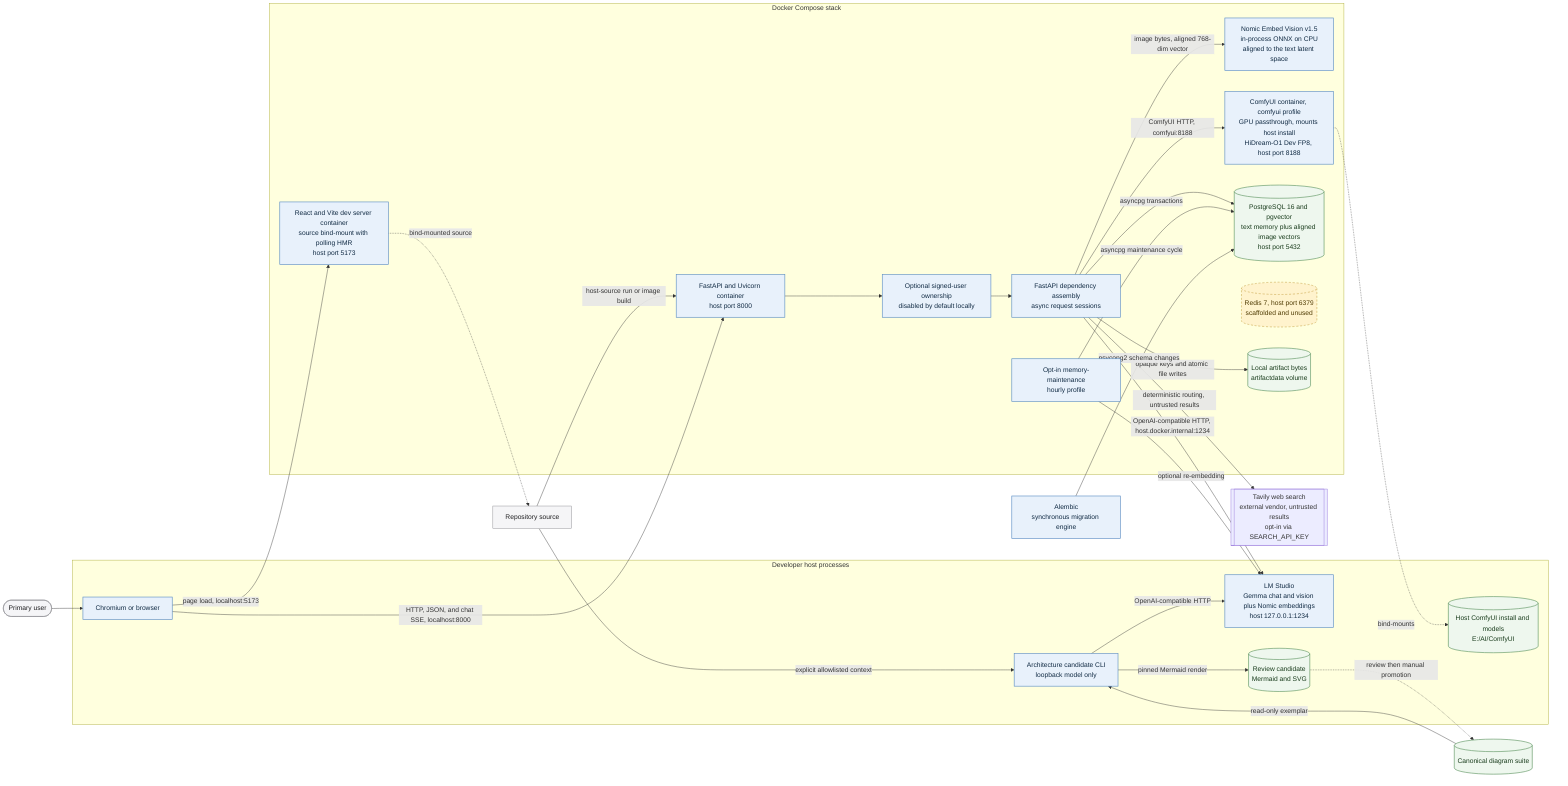
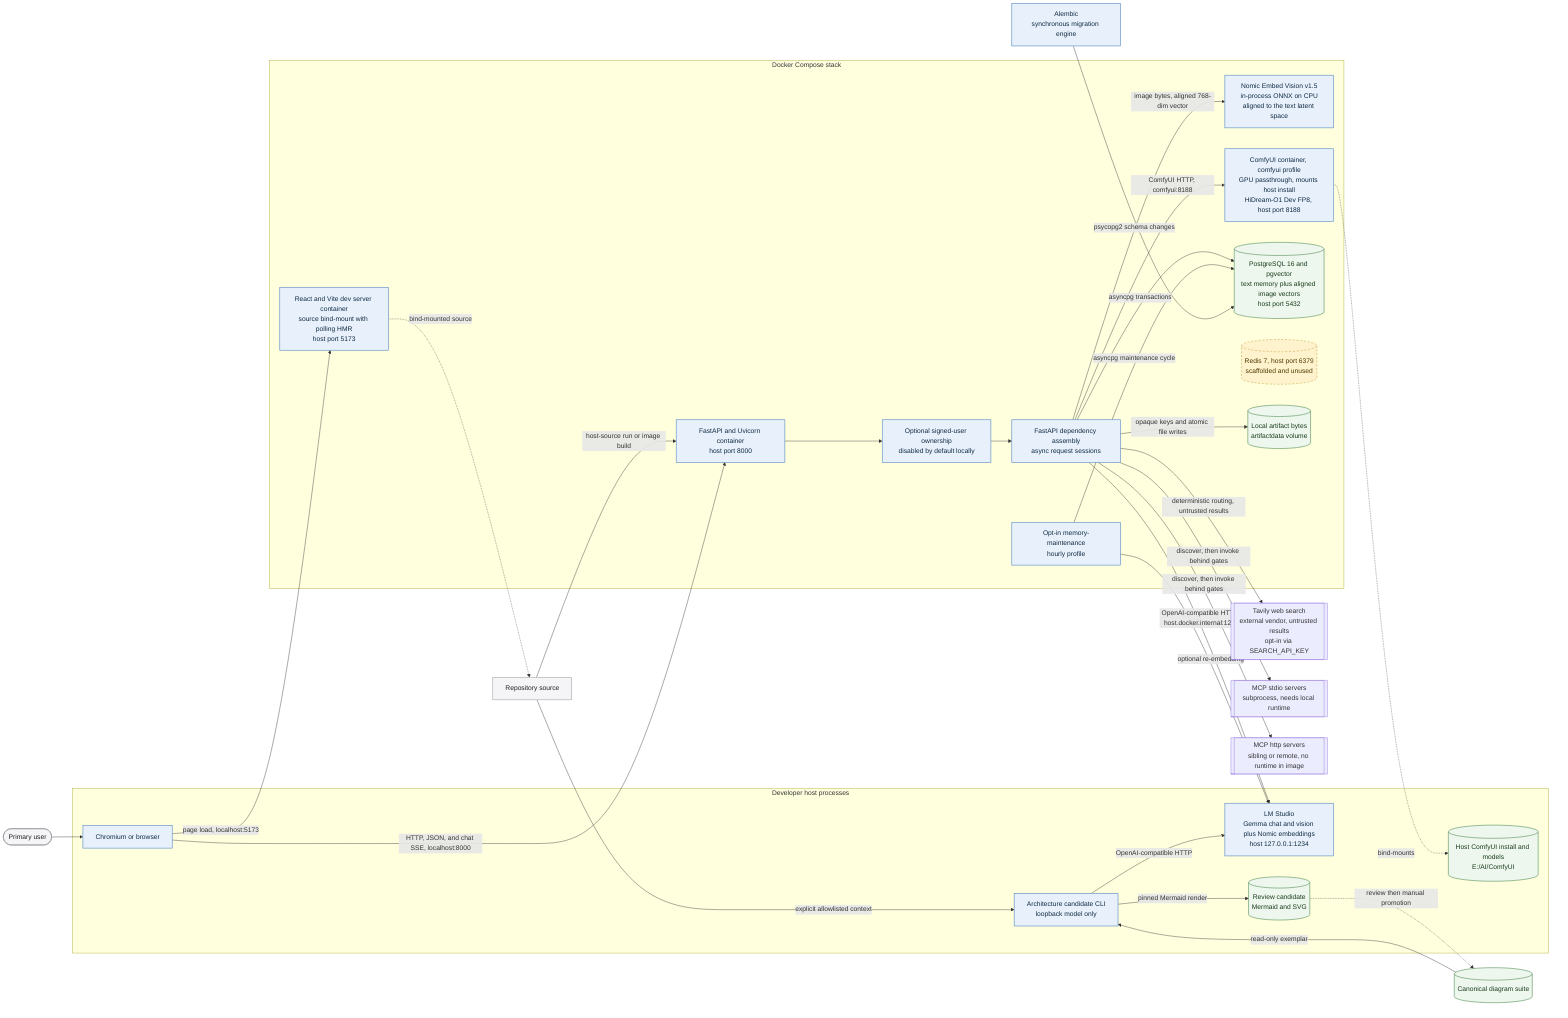
flowchart LR
    User([Primary user])

    subgraph Host[Developer host processes]
        Browser[Chromium or browser]
        LMStudio[LM Studio<br/>Gemma chat and vision plus Nomic embeddings<br/>host 127.0.0.1:1234]
        DiagramCLI[Architecture candidate CLI<br/>loopback model only]
        Candidate[(Review candidate<br/>Mermaid and SVG)]
        ComfyInstall[(Host ComfyUI install and models<br/>E:/AI/ComfyUI)]
    end

    subgraph Compose[Docker Compose stack]
        Frontend[React and Vite dev server container<br/>source bind-mount with polling HMR<br/>host port 5173]
        Backend[FastAPI and Uvicorn container<br/>host port 8000]
        VisionEmbed[Nomic Embed Vision v1.5<br/>in-process ONNX on CPU<br/>aligned to the text latent space]
        Dependencies[FastAPI dependency assembly<br/>async request sessions]
        Auth[Optional signed-user ownership<br/>disabled by default locally]
        ComfyUI[ComfyUI container, comfyui profile<br/>GPU passthrough, mounts host install<br/>HiDream-O1 Dev FP8, host port 8188]
        Postgres[(PostgreSQL 16 and pgvector<br/>text memory plus aligned image vectors<br/>host port 5432)]
        Redis[(Redis 7, host port 6379<br/>scaffolded and unused)]
        Maintenance[Opt-in memory-maintenance<br/>hourly profile]
        BinaryStore[(Local artifact bytes<br/>artifactdata volume)]
    end

    WebSearch[[Tavily web search<br/>external vendor, untrusted results<br/>opt-in via SEARCH_API_KEY]]
+     MCPStdio[[MCP stdio servers<br/>subprocess, needs local runtime]]
+     MCPHttp[[MCP http servers<br/>sibling or remote, no runtime in image]]
    Source[Repository source]
    Canonical[(Canonical diagram suite)]
    Migration[Alembic<br/>synchronous migration engine]

    User --> Browser
    Browser -->|page load, localhost:5173| Frontend
    Browser -->|HTTP, JSON, and chat SSE, localhost:8000| Backend
    Frontend -. bind-mounted source .-> Source
    Backend --> Auth
    Auth --> Dependencies
    Dependencies -->|asyncpg transactions| Postgres
    Dependencies -->|image bytes, aligned 768-dim vector| VisionEmbed
    Dependencies -->|deterministic routing, untrusted results| WebSearch
+     Dependencies -->|discover, then invoke behind gates| MCPStdio
+     Dependencies -->|discover, then invoke behind gates| MCPHttp
    Dependencies -->|OpenAI-compatible HTTP, host.docker.internal:1234| LMStudio
    Dependencies -->|ComfyUI HTTP, comfyui:8188| ComfyUI
    Dependencies -->|opaque keys and atomic file writes| BinaryStore
    ComfyUI -. bind-mounts .-> ComfyInstall
    Maintenance -->|asyncpg maintenance cycle| Postgres
    Maintenance -->|optional re-embedding| LMStudio
    Migration -->|psycopg2 schema changes| Postgres
    Source -->|host-source run or image build| Backend
    Source -->|explicit allowlisted context| DiagramCLI
    Canonical -->|read-only exemplar| DiagramCLI
    DiagramCLI -->|OpenAI-compatible HTTP| LMStudio
    DiagramCLI -->|pinned Mermaid render| Candidate
    Candidate -.->|review then manual promotion| Canonical

    classDef user fill:#f5f5f7,stroke:#86868b,color:#1d1d1f;
    classDef process fill:#e8f1fb,stroke:#5e8fc4,color:#102a43,stroke-width:1.5px;
    classDef data fill:#eef7ee,stroke:#5f9562,color:#183b1b,stroke-width:1.5px;
    classDef scaffold fill:#fff3cd,stroke:#b78b20,color:#4d3900,stroke-dasharray:5 4;
    class User,Source user;
    class Browser,Frontend,LMStudio,ComfyUI,Backend,Dependencies,Auth,Maintenance,Migration,DiagramCLI,VisionEmbed process;
    class Postgres,BinaryStore,Candidate,Canonical,ComfyInstall data;
    class Redis scaffold;
